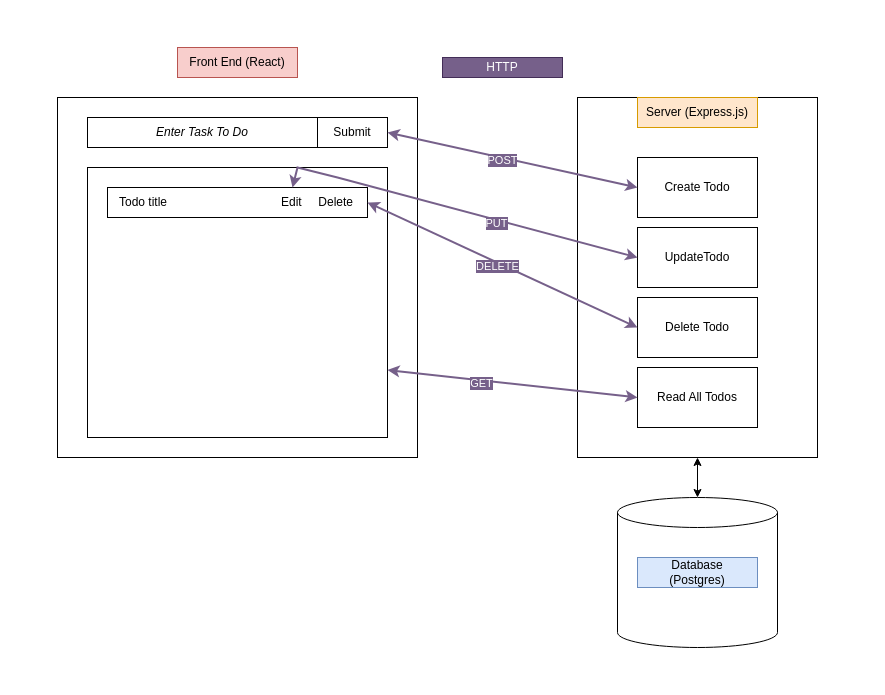
seankennelly/PERN_E-Commerce keeps this draw.io diagram as docs/PERN_diagram.drawio. Above is the earlier version. Source tidied: cells renumbered, new cells numbered last; positions are measured from the earlier drawing's top-left corner, leaving out a move shared by most shapes. Both pictures are drawn from the tidied source at 100%, with x=0, y=0 at pixel (57, 47).
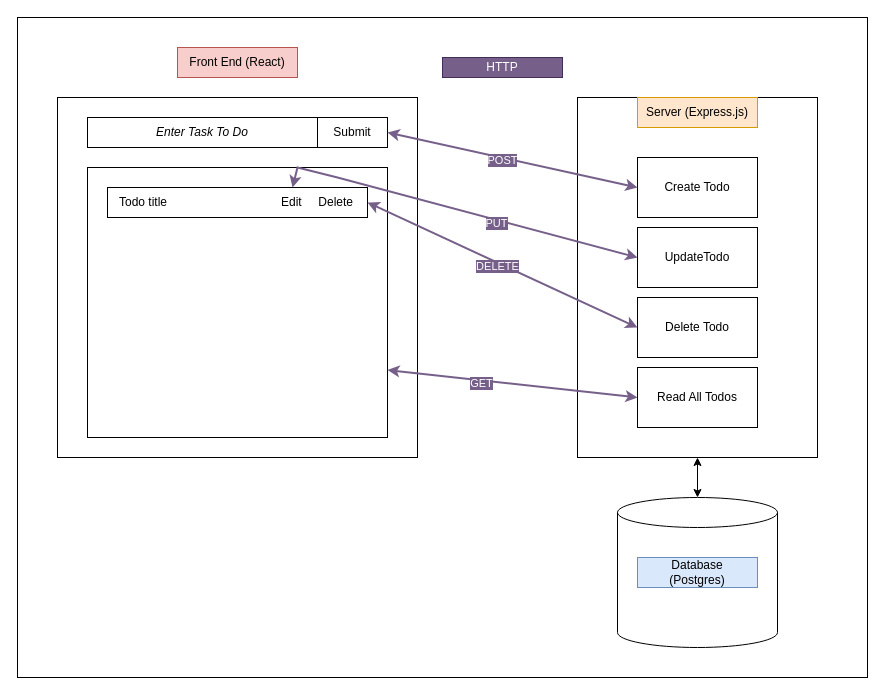
The same diagram, later.

Diff of the diagram source:
```diff
@@
+    <mxCell id="27" parent="0" />
+    <mxCell id="28" style="rounded=0;whiteSpace=wrap;html=1;" parent="27" vertex="1">
+      <mxGeometry x="-40" y="-30" width="850" height="660" as="geometry" />
+    </mxCell>
```
